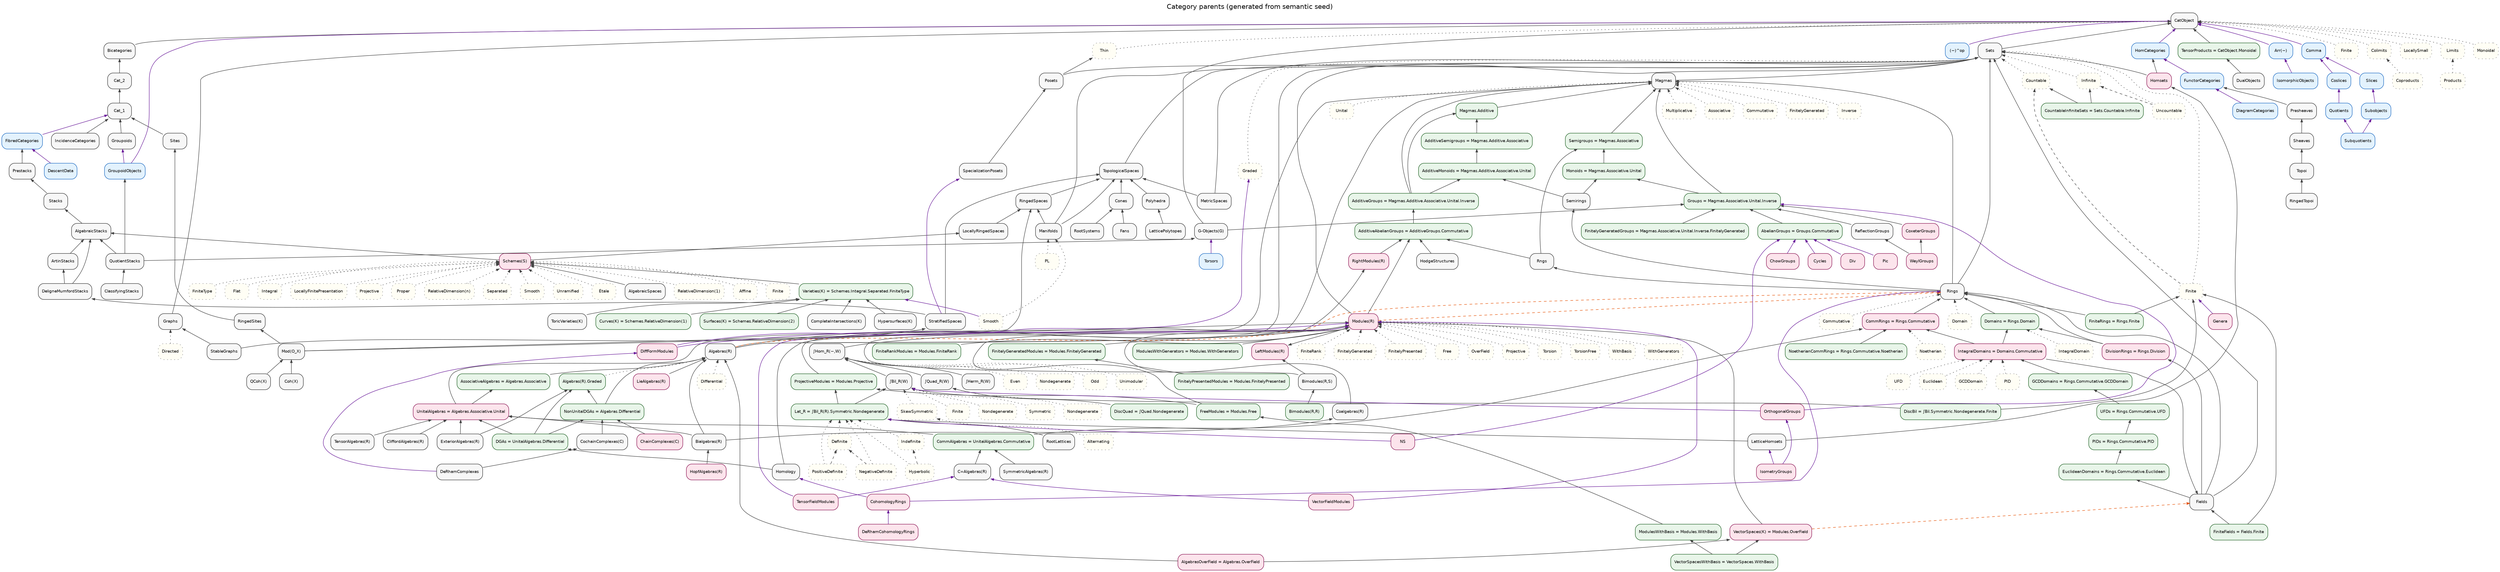
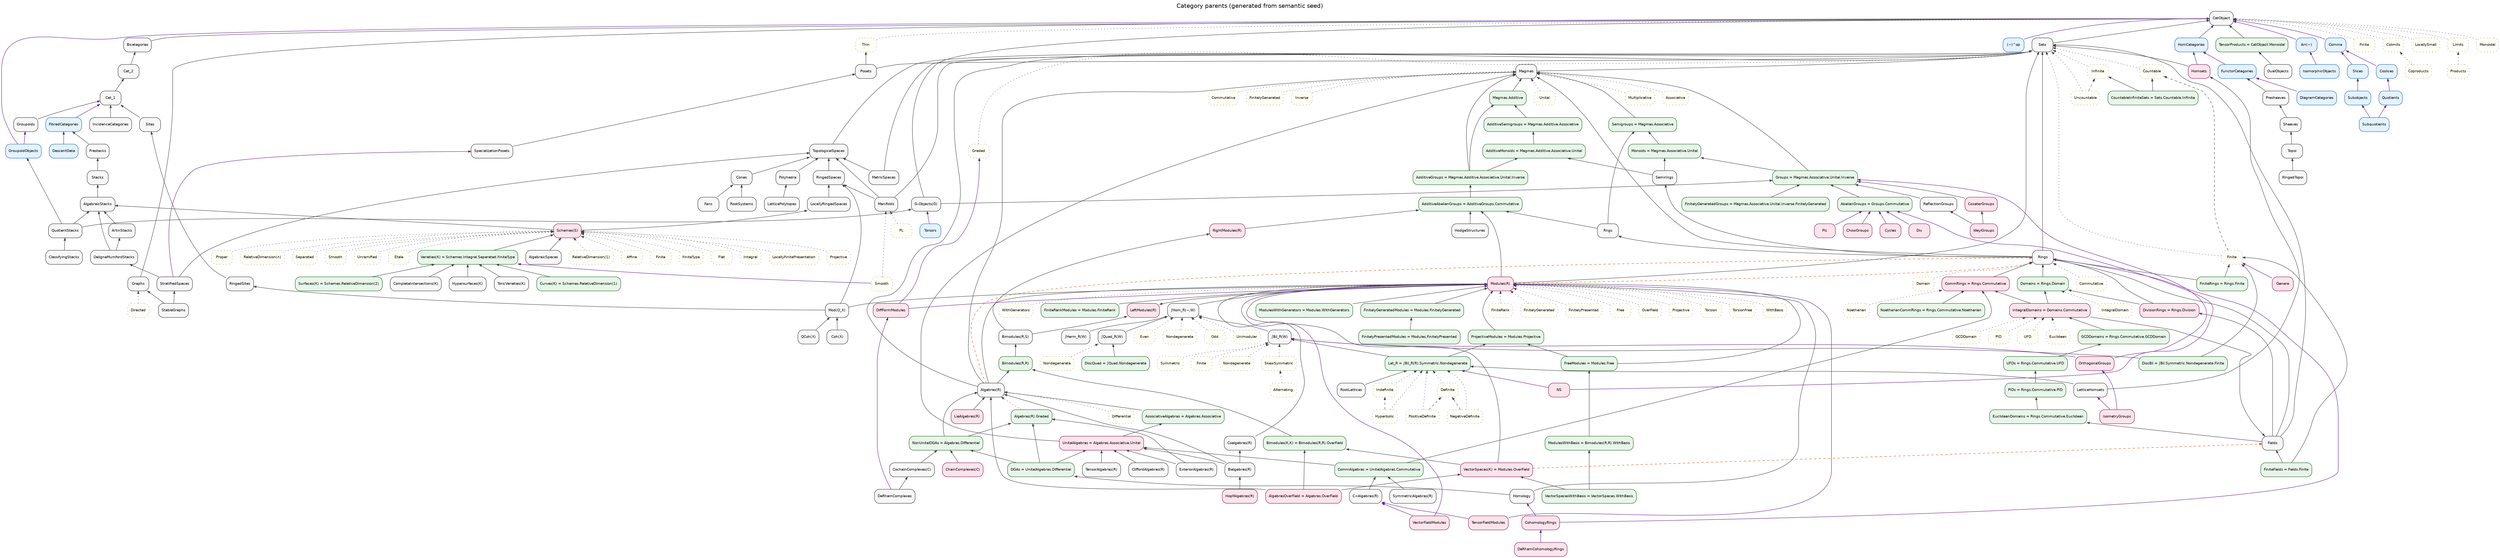
// GENERATED from semantic_seed/ — semantic presentation view.
// Authoritative: design/normalized_category_graph/semantic_seed/
// Factory/viz layout: category_parent_graph.dot (hand; see .hand.dot)

digraph CategoryParents {
  graph [
    rankdir=BT
    labelloc=t
    label="Category parents (generated from semantic seed)"
    fontsize=15
    fontname="Helvetica"
    nodesep=0.28
    ranksep=0.45
    splines=true
  ];
  node [
    shape=box
    style="rounded,filled"
    fontname="Helvetica"
    fontsize=9
    fillcolor="#f7f7f7"
    color="#333333"
  ];
  edge [color="#444444", arrowsize=0.65];

  // --- category_family ---
  AlgebraicSpaces [style="rounded,filled", fillcolor="#f7f7f7", color="#333333", id="cat.algebraicspaces", kind="category_family"];
  AlgebraicStacks [style="rounded,filled", fillcolor="#f7f7f7", color="#333333", id="cat.algebraicstacks", kind="category_family"];
  "Algebras(R)" [style="rounded,filled", fillcolor="#f7f7f7", color="#333333", id="cat.algebras_r", kind="category_family"];
  ArtinStacks [style="rounded,filled", fillcolor="#f7f7f7", color="#333333", id="cat.artinstacks", kind="category_family"];
  "Bialgebras(R)" [style="rounded,filled", fillcolor="#f7f7f7", color="#333333", id="cat.bialgebras_r", kind="category_family"];
  Bicategories [style="rounded,filled", fillcolor="#f7f7f7", color="#333333", id="cat.bicategories", kind="category_family"];
  "Bimodules(R,S)" [style="rounded,filled", fillcolor="#f7f7f7", color="#333333", id="cat.bimodules_r_s", kind="category_family"];
  CatObject [style="rounded,filled", fillcolor="#f7f7f7", color="#333333", id="cat.cat_object", kind="category_family"];
  Cat_1 [style="rounded,filled", fillcolor="#f7f7f7", color="#333333", id="cat.cat_1", kind="category_family"];
  Cat_2 [style="rounded,filled", fillcolor="#f7f7f7", color="#333333", id="cat.cat_2", kind="category_family"];
  "ChainComplexes(C)" [style="rounded,filled", fillcolor="#f7f7f7", color="#333333", id="cat.chaincomplexes", kind="category_family"];
  ClassifyingStacks [style="rounded,filled", fillcolor="#f7f7f7", color="#333333", id="cat.classifyingstacks", kind="category_family"];
  "CliffordAlgebras(R)" [style="rounded,filled", fillcolor="#f7f7f7", color="#333333", id="cat.cliffordalgebras", kind="category_family"];
  "Coalgebras(R)" [style="rounded,filled", fillcolor="#f7f7f7", color="#333333", id="cat.coalgebras_r", kind="category_family"];
  "CochainComplexes(C)" [style="rounded,filled", fillcolor="#f7f7f7", color="#333333", id="cat.cochaincomplexes", kind="category_family"];
  "Coh(X)" [style="rounded,filled", fillcolor="#f7f7f7", color="#333333", id="cat.coh", kind="category_family"];
  "CompleteIntersections(K)" [style="rounded,filled", fillcolor="#f7f7f7", color="#333333", id="cat.completeintersections", kind="category_family"];
  Cones [style="rounded,filled", fillcolor="#f7f7f7", color="#333333", id="cat.cones", kind="category_family"];
  CoxeterGroups [style="rounded,filled", fillcolor="#f7f7f7", color="#333333", id="cat.coxeter_groups", kind="category_family"];
  "C∞Algebras(R)" [style="rounded,filled", fillcolor="#f7f7f7", color="#333333", id="cat.cinftyalgebras", kind="category_family"];
  DeRhamComplexes [style="rounded,filled", fillcolor="#f7f7f7", color="#333333", id="cat.derhamcomplexes", kind="category_family"];
  DeligneMumfordStacks [style="rounded,filled", fillcolor="#f7f7f7", color="#333333", id="cat.delignemumfordstacks", kind="category_family"];
  DualObjects [style="rounded,filled", fillcolor="#f7f7f7", color="#333333", id="cat.dualobjects", kind="category_family"];
  "ExteriorAlgebras(R)" [style="rounded,filled", fillcolor="#f7f7f7", color="#333333", id="cat.exterioralgebras", kind="category_family"];
  Fans [style="rounded,filled", fillcolor="#f7f7f7", color="#333333", id="cat.fans", kind="category_family"];
  Fields [style="rounded,filled", fillcolor="#f7f7f7", color="#333333", id="cat.fields", kind="category_family"];
  "G-Objects(G)" [style="rounded,filled", fillcolor="#f7f7f7", color="#333333", id="cat.g_objects", kind="category_family"];
  Graphs [style="rounded,filled", fillcolor="#f7f7f7", color="#333333", id="cat.graphs", kind="category_family"];
  Groupoids [style="rounded,filled", fillcolor="#f7f7f7", color="#333333", id="cat.groupoids", kind="category_family"];
  HodgeStructures [style="rounded,filled", fillcolor="#f7f7f7", color="#333333", id="cat.hodgestructures", kind="category_family"];
  Homology [style="rounded,filled", fillcolor="#f7f7f7", color="#333333", id="cat.homology", kind="category_family"];
  Homsets [style="rounded,filled", fillcolor="#f7f7f7", color="#333333", id="cat.homsets", kind="category_family"];
  "HopfAlgebras(R)" [style="rounded,filled", fillcolor="#f7f7f7", color="#333333", id="cat.hopf_algebras_r", kind="category_family"];
  "Hypersurfaces(K)" [style="rounded,filled", fillcolor="#f7f7f7", color="#333333", id="cat.hypersurfaces", kind="category_family"];
  IncidenceCategories [style="rounded,filled", fillcolor="#f7f7f7", color="#333333", id="cat.incidencecategories", kind="category_family"];
  LatticeHomsets [style="rounded,filled", fillcolor="#f7f7f7", color="#333333", id="cat.latticehomsets", kind="category_family"];
  LatticePolytopes [style="rounded,filled", fillcolor="#f7f7f7", color="#333333", id="cat.latticepolytopes", kind="category_family"];
  "LieAlgebras(R)" [style="rounded,filled", fillcolor="#f7f7f7", color="#333333", id="cat.lie_algebras_r", kind="category_family"];
  LocallyRingedSpaces [style="rounded,filled", fillcolor="#f7f7f7", color="#333333", id="cat.locallyringedspaces", kind="category_family"];
  Magmas [style="rounded,filled", fillcolor="#f7f7f7", color="#333333", id="cat.magmas", kind="category_family"];
  Manifolds [style="rounded,filled", fillcolor="#f7f7f7", color="#333333", id="cat.manifolds", kind="category_family"];
  MetricSpaces [style="rounded,filled", fillcolor="#f7f7f7", color="#333333", id="cat.metricspaces", kind="category_family"];
  "Mod(O_X)" [style="rounded,filled", fillcolor="#f7f7f7", color="#333333", id="cat.mod", kind="category_family"];
  "Modules(R)" [style="rounded,filled", fillcolor="#f7f7f7", color="#333333", id="cat.modules_r", kind="category_family"];
  Polyhedra [style="rounded,filled", fillcolor="#f7f7f7", color="#333333", id="cat.polyhedra", kind="category_family"];
  Posets [style="rounded,filled", fillcolor="#f7f7f7", color="#333333", id="cat.posets", kind="category_family"];
  Presheaves [style="rounded,filled", fillcolor="#f7f7f7", color="#333333", id="cat.presheaves", kind="category_family"];
  Prestacks [style="rounded,filled", fillcolor="#f7f7f7", color="#333333", id="cat.prestacks", kind="category_family"];
  "QCoh(X)" [style="rounded,filled", fillcolor="#f7f7f7", color="#333333", id="cat.qcoh", kind="category_family"];
  QuotientStacks [style="rounded,filled", fillcolor="#f7f7f7", color="#333333", id="cat.quotientstacks", kind="category_family"];
  ReflectionGroups [style="rounded,filled", fillcolor="#f7f7f7", color="#333333", id="cat.reflectiongroups", kind="category_family"];
  RingedSites [style="rounded,filled", fillcolor="#f7f7f7", color="#333333", id="cat.ringedsites", kind="category_family"];
  RingedSpaces [style="rounded,filled", fillcolor="#f7f7f7", color="#333333", id="cat.ringedspaces", kind="category_family"];
  RingedTopoi [style="rounded,filled", fillcolor="#f7f7f7", color="#333333", id="cat.ringedtopoi", kind="category_family"];
  Rings [style="rounded,filled", fillcolor="#f7f7f7", color="#333333", id="cat.rings", kind="category_family"];
  Rngs [style="rounded,filled", fillcolor="#f7f7f7", color="#333333", id="cat.rngs", kind="category_family"];
  RootLattices [style="rounded,filled", fillcolor="#f7f7f7", color="#333333", id="cat.rootlattices", kind="category_family"];
  RootSystems [style="rounded,filled", fillcolor="#f7f7f7", color="#333333", id="cat.rootsystems", kind="category_family"];
  "Schemes(S)" [style="rounded,filled", fillcolor="#f7f7f7", color="#333333", id="cat.schemes_s", kind="category_family"];
  Semirings [style="rounded,filled", fillcolor="#f7f7f7", color="#333333", id="cat.semirings", kind="category_family"];
  Sets [style="rounded,filled", fillcolor="#f7f7f7", color="#333333", id="cat.sets", kind="category_family"];
  Sheaves [style="rounded,filled", fillcolor="#f7f7f7", color="#333333", id="cat.sheaves", kind="category_family"];
  Sites [style="rounded,filled", fillcolor="#f7f7f7", color="#333333", id="cat.sites", kind="category_family"];
  SpecializationPosets [style="rounded,filled", fillcolor="#f7f7f7", color="#333333", id="cat.specializationposets", kind="category_family"];
  StableGraphs [style="rounded,filled", fillcolor="#f7f7f7", color="#333333", id="cat.stablegraphs", kind="category_family"];
  Stacks [style="rounded,filled", fillcolor="#f7f7f7", color="#333333", id="cat.stacks", kind="category_family"];
  StratifiedSpaces [style="rounded,filled", fillcolor="#f7f7f7", color="#333333", id="cat.stratifiedspaces", kind="category_family"];
  "SymmetricAlgebras(R)" [style="rounded,filled", fillcolor="#f7f7f7", color="#333333", id="cat.symmetricalgebras", kind="category_family"];
  "TensorAlgebras(R)" [style="rounded,filled", fillcolor="#f7f7f7", color="#333333", id="cat.tensoralgebras", kind="category_family"];
  Topoi [style="rounded,filled", fillcolor="#f7f7f7", color="#333333", id="cat.topoi", kind="category_family"];
  TopologicalSpaces [style="rounded,filled", fillcolor="#f7f7f7", color="#333333", id="cat.topologicalspaces", kind="category_family"];
  "ToricVarieties(K)" [style="rounded,filled", fillcolor="#f7f7f7", color="#333333", id="cat.toricvarieties", kind="category_family"];
  WeylGroups [style="rounded,filled", fillcolor="#f7f7f7", color="#333333", id="cat.weyl_groups", kind="category_family"];
  "∫Bil_R(W)" [style="rounded,filled", fillcolor="#f7f7f7", color="#333333", id="cat.int_bil_r", kind="category_family"];
  "∫Herm_R(W)" [style="rounded,filled", fillcolor="#f7f7f7", color="#333333", id="cat.int_herm_r", kind="category_family"];
  "∫Hom_R(−,W)" [style="rounded,filled", fillcolor="#f7f7f7", color="#333333", id="cat.int_hom_r", kind="category_family"];
  "∫Quad_R(W)" [style="rounded,filled", fillcolor="#f7f7f7", color="#333333", id="cat.int_quad_r", kind="category_family"];

  // --- derived_category ---
  "AbelianGroups = Groups.Commutative" [style="rounded,filled", fillcolor="#e8f5e9", color="#1b5e20", id="cat.abelian_groups", kind="derived_category"];
  "AdditiveAbelianGroups = AdditiveGroups.Commutative" [style="rounded,filled", fillcolor="#e8f5e9", color="#1b5e20", id="cat.additive_abelian_groups", kind="derived_category"];
  "AdditiveGroups = Magmas.Additive.Associative.Unital.Inverse" [style="rounded,filled", fillcolor="#e8f5e9", color="#1b5e20", id="cat.additive_groups", kind="derived_category"];
  "AdditiveMonoids = Magmas.Additive.Associative.Unital" [style="rounded,filled", fillcolor="#e8f5e9", color="#1b5e20", id="cat.additive_monoids", kind="derived_category"];
  "AdditiveSemigroups = Magmas.Additive.Associative" [style="rounded,filled", fillcolor="#e8f5e9", color="#1b5e20", id="cat.additive_semigroups", kind="derived_category"];
  "Algebras(R).Graded" [style="rounded,filled", fillcolor="#e8f5e9", color="#1b5e20", id="cat.algebras_r.graded", kind="derived_category"];
  "AlgebrasOverField = Algebras.OverField" [style="rounded,filled", fillcolor="#e8f5e9", color="#1b5e20", id="cat.algebras_over_field", kind="derived_category"];
  "AssociativeAlgebras = Algebras.Associative" [style="rounded,filled", fillcolor="#e8f5e9", color="#1b5e20", id="cat.associativealgebras", kind="derived_category"];
+   "Bimodules(K,K) = Bimodules(R,R).OverField" [style="rounded,filled", fillcolor="#e8f5e9", color="#1b5e20", id="cat.bimodules_k_k", kind="derived_category"];
  "Bimodules(R,R)" [style="rounded,filled", fillcolor="#e8f5e9", color="#1b5e20", id="cat.bimodules_r_r", kind="derived_category"];
  "CommAlgebras = UnitalAlgebras.Commutative" [style="rounded,filled", fillcolor="#e8f5e9", color="#1b5e20", id="cat.commutative_algebras", kind="derived_category"];
  "CommRings = Rings.Commutative" [style="rounded,filled", fillcolor="#e8f5e9", color="#1b5e20", id="cat.commutative_rings", kind="derived_category"];
  "CountableInfiniteSets = Sets.Countable.Infinite" [style="rounded,filled", fillcolor="#e8f5e9", color="#1b5e20", id="cat.countableinfinitesets", kind="derived_category"];
  "Curves(K) = Schemes.RelativeDimension(1)" [style="rounded,filled", fillcolor="#e8f5e9", color="#1b5e20", id="cat.curves", kind="derived_category"];
  "DGAs = UnitalAlgebras.Differential" [style="rounded,filled", fillcolor="#e8f5e9", color="#1b5e20", id="cat.dgas", kind="derived_category"];
  "DiscBil = ∫Bil.Symmetric.Nondegenerate.Finite" [style="rounded,filled", fillcolor="#e8f5e9", color="#1b5e20", id="cat.discbil", kind="derived_category"];
  "DiscQuad = ∫Quad.Nondegenerate" [style="rounded,filled", fillcolor="#e8f5e9", color="#1b5e20", id="cat.discquad", kind="derived_category"];
  "DivisionRings = Rings.Division" [style="rounded,filled", fillcolor="#e8f5e9", color="#1b5e20", id="cat.division_rings", kind="derived_category"];
  "Domains = Rings.Domain" [style="rounded,filled", fillcolor="#e8f5e9", color="#1b5e20", id="cat.domains", kind="derived_category"];
  "EuclideanDomains = Rings.Commutative.Euclidean" [style="rounded,filled", fillcolor="#e8f5e9", color="#1b5e20", id="cat.euclidean_domains", kind="derived_category"];
  "FiniteFields = Fields.Finite" [style="rounded,filled", fillcolor="#e8f5e9", color="#1b5e20", id="cat.finite_fields", kind="derived_category"];
  "FiniteRankModules = Modules.FiniteRank" [style="rounded,filled", fillcolor="#e8f5e9", color="#1b5e20", id="cat.finiterankmodules", kind="derived_category"];
  "FiniteRings = Rings.Finite" [style="rounded,filled", fillcolor="#e8f5e9", color="#1b5e20", id="cat.finite_rings", kind="derived_category"];
  "FinitelyGeneratedGroups = Magmas.Associative.Unital.Inverse.FinitelyGenerated" [style="rounded,filled", fillcolor="#e8f5e9", color="#1b5e20", id="cat.finitelygeneratedgroups", kind="derived_category"];
  "FinitelyGeneratedModules = Modules.FinitelyGenerated" [style="rounded,filled", fillcolor="#e8f5e9", color="#1b5e20", id="cat.finitelygeneratedmodules", kind="derived_category"];
  "FinitelyPresentedModules = Modules.FinitelyPresented" [style="rounded,filled", fillcolor="#e8f5e9", color="#1b5e20", id="cat.finitelypresentedmodules", kind="derived_category"];
  "FreeModules = Modules.Free" [style="rounded,filled", fillcolor="#e8f5e9", color="#1b5e20", id="cat.freemodules", kind="derived_category"];
  "GCDDomains = Rings.Commutative.GCDDomain" [style="rounded,filled", fillcolor="#e8f5e9", color="#1b5e20", id="cat.gcd_domains", kind="derived_category"];
  "Groups = Magmas.Associative.Unital.Inverse" [style="rounded,filled", fillcolor="#e8f5e9", color="#1b5e20", id="cat.groups", kind="derived_category"];
  "IntegralDomains = Domains.Commutative" [style="rounded,filled", fillcolor="#e8f5e9", color="#1b5e20", id="cat.integral_domains", kind="derived_category"];
  "Lat_R = ∫Bil_R(R).Symmetric.Nondegenerate" [style="rounded,filled", fillcolor="#e8f5e9", color="#1b5e20", id="cat.lat_r", kind="derived_category"];
  "Magmas.Additive" [style="rounded,filled", fillcolor="#e8f5e9", color="#1b5e20", id="cat.additive_magmas", kind="derived_category"];
-   "ModulesWithBasis = Modules.WithBasis" [style="rounded,filled", fillcolor="#e8f5e9", color="#1b5e20", id="cat.modules_with_basis", kind="derived_category"];
+   "ModulesWithBasis = Bimodules(R,R).WithBasis" [style="rounded,filled", fillcolor="#e8f5e9", color="#1b5e20", id="cat.modules_with_basis", kind="derived_category"];
  "ModulesWithGenerators = Modules.WithGenerators" [style="rounded,filled", fillcolor="#e8f5e9", color="#1b5e20", id="cat.moduleswithgenerators", kind="derived_category"];
  "Monoids = Magmas.Associative.Unital" [style="rounded,filled", fillcolor="#e8f5e9", color="#1b5e20", id="cat.monoids", kind="derived_category"];
  "NoetherianCommRings = Rings.Commutative.Noetherian" [style="rounded,filled", fillcolor="#e8f5e9", color="#1b5e20", id="cat.noetheriancommrings", kind="derived_category"];
  "NonUnitalDGAs = Algebras.Differential" [style="rounded,filled", fillcolor="#e8f5e9", color="#1b5e20", id="cat.nonunitaldgas", kind="derived_category"];
  "PIDs = Rings.Commutative.PID" [style="rounded,filled", fillcolor="#e8f5e9", color="#1b5e20", id="cat.pids", kind="derived_category"];
  "ProjectiveModules = Modules.Projective" [style="rounded,filled", fillcolor="#e8f5e9", color="#1b5e20", id="cat.projectivemodules", kind="derived_category"];
  "RightModules(R)" [style="rounded,filled", fillcolor="#e8f5e9", color="#1b5e20", id="cat.right_modules_r", kind="derived_category"];
  "Semigroups = Magmas.Associative" [style="rounded,filled", fillcolor="#e8f5e9", color="#1b5e20", id="cat.semigroups", kind="derived_category"];
  "Surfaces(K) = Schemes.RelativeDimension(2)" [style="rounded,filled", fillcolor="#e8f5e9", color="#1b5e20", id="cat.surfaces", kind="derived_category"];
  "TensorProducts = CatObject.Monoidal" [style="rounded,filled", fillcolor="#e8f5e9", color="#1b5e20", id="cat.tensorproducts", kind="derived_category"];
  "UFDs = Rings.Commutative.UFD" [style="rounded,filled", fillcolor="#e8f5e9", color="#1b5e20", id="cat.ufds", kind="derived_category"];
  "UnitalAlgebras = Algebras.Associative.Unital" [style="rounded,filled", fillcolor="#e8f5e9", color="#1b5e20", id="cat.unital_algebras", kind="derived_category"];
  "Varieties(K) = Schemes.Integral.Separated.FiniteType" [style="rounded,filled", fillcolor="#e8f5e9", color="#1b5e20", id="cat.varieties", kind="derived_category"];
  "VectorSpaces(K) = Modules.OverField" [style="rounded,filled", fillcolor="#e8f5e9", color="#1b5e20", id="cat.vector_spaces_k", kind="derived_category"];
  "VectorSpacesWithBasis = VectorSpaces.WithBasis" [style="rounded,filled", fillcolor="#e8f5e9", color="#1b5e20", id="cat.vectorspaceswithbasis", kind="derived_category"];

  // --- category_constructor ---
  "(−)^op" [style="rounded,filled", fillcolor="#e3f2fd", color="#1565c0", id="ctor.op", kind="category_constructor"];
  "Arr(−)" [style="rounded,filled", fillcolor="#e3f2fd", color="#1565c0", id="ctor.arr", kind="category_constructor"];
  Comma [style="rounded,filled", fillcolor="#e3f2fd", color="#1565c0", id="ctor.comma", kind="category_constructor"];
  Coslices [style="rounded,filled", fillcolor="#e3f2fd", color="#1565c0", id="ctor.coslices", kind="category_constructor"];
  DescentData [style="rounded,filled", fillcolor="#e3f2fd", color="#1565c0", id="ctor.descentdata", kind="category_constructor"];
  DiagramCategories [style="rounded,filled", fillcolor="#e3f2fd", color="#1565c0", id="ctor.diagramcategories", kind="category_constructor"];
  FibredCategories [style="rounded,filled", fillcolor="#e3f2fd", color="#1565c0", id="ctor.fibredcategories", kind="category_constructor"];
  FunctorCategories [style="rounded,filled", fillcolor="#e3f2fd", color="#1565c0", id="ctor.functorcategories", kind="category_constructor"];
  GroupoidObjects [style="rounded,filled", fillcolor="#e3f2fd", color="#1565c0", id="ctor.groupoidobjects", kind="category_constructor"];
  HomCategories [style="rounded,filled", fillcolor="#e3f2fd", color="#1565c0", id="ctor.homcategories", kind="category_constructor"];
  IsomorphicObjects [style="rounded,filled", fillcolor="#e3f2fd", color="#1565c0", id="ctor.isomorphicobjects", kind="category_constructor"];
  Quotients [style="rounded,filled", fillcolor="#e3f2fd", color="#1565c0", id="ctor.quotients", kind="category_constructor"];
  Slices [style="rounded,filled", fillcolor="#e3f2fd", color="#1565c0", id="ctor.slices", kind="category_constructor"];
  Subobjects [style="rounded,filled", fillcolor="#e3f2fd", color="#1565c0", id="ctor.subobjects", kind="category_constructor"];
  Subquotients [style="rounded,filled", fillcolor="#e3f2fd", color="#1565c0", id="ctor.subquotients", kind="category_constructor"];
  Torsors [style="rounded,filled", fillcolor="#e3f2fd", color="#1565c0", id="ctor.torsors", kind="category_constructor"];

  // --- classifier_domain ---
  "CatObject.Colimits" [style="rounded,filled,dotted", fillcolor="#fffef5", color="#888888", id="clf.catobject_colimits", kind="classifier_domain", label="Colimits"];
  "CatObject.Coproducts" [style="rounded,filled,dotted", fillcolor="#fffef5", color="#888888", id="clf.catobject_coproducts", kind="classifier_domain", label="Coproducts"];
  "CatObject.Finite" [style="rounded,filled,dotted", fillcolor="#fffef5", color="#888888", id="clf.catobject_finite", kind="classifier_domain", label="Finite"];
  "CatObject.Limits" [style="rounded,filled,dotted", fillcolor="#fffef5", color="#888888", id="clf.catobject_limits", kind="classifier_domain", label="Limits"];
  "CatObject.LocallySmall" [style="rounded,filled,dotted", fillcolor="#fffef5", color="#888888", id="clf.catobject_locallysmall", kind="classifier_domain", label="LocallySmall"];
  "CatObject.Products" [style="rounded,filled,dotted", fillcolor="#fffef5", color="#888888", id="clf.catobject_products", kind="classifier_domain", label="Products"];
  "CatObject.Thin" [style="rounded,filled,dotted", fillcolor="#fffef5", color="#888888", id="clf.catobject_thin", kind="classifier_domain", label="Thin"];
  "Graphs.Directed" [style="rounded,filled,dotted", fillcolor="#fffef5", color="#888888", id="clf.graphs_directed", kind="classifier_domain", label="Directed"];
  "Lat.Definite" [style="rounded,filled,dotted", fillcolor="#fffef5", color="#888888", id="clf.lat_definite", kind="classifier_domain", label="Definite"];
  "Lat.Hyperbolic" [style="rounded,filled,dotted", fillcolor="#fffef5", color="#888888", id="clf.lat_hyperbolic", kind="classifier_domain", label="Hyperbolic"];
  "Lat.Indefinite" [style="rounded,filled,dotted", fillcolor="#fffef5", color="#888888", id="clf.lat_indefinite", kind="classifier_domain", label="Indefinite"];
  "Lat.NegativeDefinite" [style="rounded,filled,dotted", fillcolor="#fffef5", color="#888888", id="clf.lat_negativedefinite", kind="classifier_domain", label="NegativeDefinite"];
  "Lat.PositiveDefinite" [style="rounded,filled,dotted", fillcolor="#fffef5", color="#888888", id="clf.lat_positivedefinite", kind="classifier_domain", label="PositiveDefinite"];
  "Magmas.Multiplicative" [style="rounded,filled,dotted", fillcolor="#fffef5", color="#888888", id="clf.magmas_multiplicative", kind="classifier_domain", label="Multiplicative"];
  "Manifolds.PL" [style="rounded,filled,dotted", fillcolor="#fffef5", color="#888888", id="clf.manifolds_pl", kind="classifier_domain", label="PL"];
  "Manifolds.Smooth" [style="rounded,filled,dotted", fillcolor="#fffef5", color="#888888", id="clf.manifolds_smooth", kind="classifier_domain", label="Smooth"];
  "Modules.FiniteRank" [style="rounded,filled,dotted", fillcolor="#fffef5", color="#888888", id="clf.modules_finiterank", kind="classifier_domain", label="FiniteRank"];
  "Modules.FinitelyGenerated" [style="rounded,filled,dotted", fillcolor="#fffef5", color="#888888", id="clf.modules_finitelygenerated", kind="classifier_domain", label="FinitelyGenerated"];
  "Modules.FinitelyPresented" [style="rounded,filled,dotted", fillcolor="#fffef5", color="#888888", id="clf.modules_finitelypresented", kind="classifier_domain", label="FinitelyPresented"];
  "Modules.Free" [style="rounded,filled,dotted", fillcolor="#fffef5", color="#888888", id="clf.modules_free", kind="classifier_domain", label="Free"];
  "Modules.OverField" [style="rounded,filled,dotted", fillcolor="#fffef5", color="#888888", id="clf.modules.over_field.domain", kind="classifier_domain", label="OverField"];
  "Modules.Projective" [style="rounded,filled,dotted", fillcolor="#fffef5", color="#888888", id="clf.modules_projective", kind="classifier_domain", label="Projective"];
  "Modules.Torsion" [style="rounded,filled,dotted", fillcolor="#fffef5", color="#888888", id="clf.modules_torsion", kind="classifier_domain", label="Torsion"];
  "Modules.TorsionFree" [style="rounded,filled,dotted", fillcolor="#fffef5", color="#888888", id="clf.modules_torsionfree", kind="classifier_domain", label="TorsionFree"];
  "Modules.WithBasis" [style="rounded,filled,dotted", fillcolor="#fffef5", color="#888888", id="clf.modules.with_basis.domain", kind="classifier_domain", label="WithBasis"];
  "Modules.WithGenerators" [style="rounded,filled,dotted", fillcolor="#fffef5", color="#888888", id="clf.modules_withgenerators", kind="classifier_domain", label="WithGenerators"];
  "Rings.Commutative" [style="rounded,filled,dotted", fillcolor="#fffef5", color="#888888", id="clf.rings.commutative.domain", kind="classifier_domain", label="Commutative"];
  "Schemes(S).RelativeDimension(1)" [style="rounded,filled,dotted", fillcolor="#fffef5", color="#888888", id="clf.schemes_s.relativedimension.domain", kind="classifier_domain", label="RelativeDimension(1)"];
  "Schemes.Affine" [style="rounded,filled,dotted", fillcolor="#fffef5", color="#888888", id="clf.schemes_affine", kind="classifier_domain", label="Affine"];
  "Schemes.Finite" [style="rounded,filled,dotted", fillcolor="#fffef5", color="#888888", id="clf.schemes_finite", kind="classifier_domain", label="Finite"];
  "Schemes.FiniteType" [style="rounded,filled,dotted", fillcolor="#fffef5", color="#888888", id="clf.schemes_finitetype", kind="classifier_domain", label="FiniteType"];
  "Schemes.Flat" [style="rounded,filled,dotted", fillcolor="#fffef5", color="#888888", id="clf.schemes_flat", kind="classifier_domain", label="Flat"];
  "Schemes.Integral" [style="rounded,filled,dotted", fillcolor="#fffef5", color="#888888", id="clf.schemes_integral", kind="classifier_domain", label="Integral"];
  "Schemes.LocallyFinitePresentation" [style="rounded,filled,dotted", fillcolor="#fffef5", color="#888888", id="clf.schemes_locallyfinitepresentation", kind="classifier_domain", label="LocallyFinitePresentation"];
  "Schemes.Projective" [style="rounded,filled,dotted", fillcolor="#fffef5", color="#888888", id="clf.schemes_projective", kind="classifier_domain", label="Projective"];
  "Schemes.Proper" [style="rounded,filled,dotted", fillcolor="#fffef5", color="#888888", id="clf.schemes_proper", kind="classifier_domain", label="Proper"];
  "Schemes.RelativeDimension(n)" [style="rounded,filled,dotted", fillcolor="#fffef5", color="#888888", id="clf.schemes_relativedimension", kind="classifier_domain", label="RelativeDimension(n)"];
  "Schemes.Separated" [style="rounded,filled,dotted", fillcolor="#fffef5", color="#888888", id="clf.schemes_separated", kind="classifier_domain", label="Separated"];
  "Schemes.Smooth" [style="rounded,filled,dotted", fillcolor="#fffef5", color="#888888", id="clf.schemes_smooth", kind="classifier_domain", label="Smooth"];
  "Schemes.Unramified" [style="rounded,filled,dotted", fillcolor="#fffef5", color="#888888", id="clf.schemes_unramified", kind="classifier_domain", label="Unramified"];
  "Schemes.Étale" [style="rounded,filled,dotted", fillcolor="#fffef5", color="#888888", id="clf.schemes_etale", kind="classifier_domain", label="Étale"];
  "Sets.Countable" [style="rounded,filled,dotted", fillcolor="#fffef5", color="#888888", id="clf.sets_countable", kind="classifier_domain", label="Countable"];
  "Sets.Finite" [style="rounded,filled,dotted", fillcolor="#fffef5", color="#888888", id="clf.sets.finite.domain", kind="classifier_domain", label="Finite"];
  "Sets.Graded" [style="rounded,filled,dotted", fillcolor="#fffef5", color="#888888", id="clf.sets.graded.domain", kind="classifier_domain", label="Graded"];
  "Sets.Infinite" [style="rounded,filled,dotted", fillcolor="#fffef5", color="#888888", id="clf.sets_infinite", kind="classifier_domain", label="Infinite"];
  "Sets.Uncountable" [style="rounded,filled,dotted", fillcolor="#fffef5", color="#888888", id="clf.sets_uncountable", kind="classifier_domain", label="Uncountable"];
  "ax.Associative" [style="rounded,filled,dotted", fillcolor="#fffef5", color="#888888", id="clf.ax_associative", kind="classifier_domain", label="Associative"];
  "ax.Commutative" [style="rounded,filled,dotted", fillcolor="#fffef5", color="#888888", id="clf.ax_commutative", kind="classifier_domain", label="Commutative"];
  "ax.Differential" [style="rounded,filled,dotted", fillcolor="#fffef5", color="#888888", id="clf.ax_differential", kind="classifier_domain", label="Differential"];
  "ax.Domain" [style="rounded,filled,dotted", fillcolor="#fffef5", color="#888888", id="clf.ax_domain", kind="classifier_domain", label="Domain"];
  "ax.Euclidean" [style="rounded,filled,dotted", fillcolor="#fffef5", color="#888888", id="clf.ax_euclidean", kind="classifier_domain", label="Euclidean"];
  "ax.FinitelyGenerated" [style="rounded,filled,dotted", fillcolor="#fffef5", color="#888888", id="clf.ax_finitelygenerated", kind="classifier_domain", label="FinitelyGenerated"];
  "ax.GCDDomain" [style="rounded,filled,dotted", fillcolor="#fffef5", color="#888888", id="clf.ax_gcddomain", kind="classifier_domain", label="GCDDomain"];
  "ax.IntegralDomain" [style="rounded,filled,dotted", fillcolor="#fffef5", color="#888888", id="clf.ax_integraldomain", kind="classifier_domain", label="IntegralDomain"];
  "ax.Inverse" [style="rounded,filled,dotted", fillcolor="#fffef5", color="#888888", id="clf.ax_inverse", kind="classifier_domain", label="Inverse"];
  "ax.Monoidal" [style="rounded,filled,dotted", fillcolor="#fffef5", color="#888888", id="clf.ax_monoidal", kind="classifier_domain", label="Monoidal"];
  "ax.Noetherian" [style="rounded,filled,dotted", fillcolor="#fffef5", color="#888888", id="clf.ax_noetherian", kind="classifier_domain", label="Noetherian"];
  "ax.PID" [style="rounded,filled,dotted", fillcolor="#fffef5", color="#888888", id="clf.ax_pid", kind="classifier_domain", label="PID"];
  "ax.UFD" [style="rounded,filled,dotted", fillcolor="#fffef5", color="#888888", id="clf.ax_ufd", kind="classifier_domain", label="UFD"];
  "ax.Unital" [style="rounded,filled,dotted", fillcolor="#fffef5", color="#888888", id="clf.ax_unital", kind="classifier_domain", label="Unital"];
  "∫Bil.Alternating" [style="rounded,filled,dotted", fillcolor="#fffef5", color="#888888", id="clf.int_bil_alternating", kind="classifier_domain", label="Alternating"];
  "∫Bil.SkewSymmetric" [style="rounded,filled,dotted", fillcolor="#fffef5", color="#888888", id="clf.int_bil_skewsymmetric", kind="classifier_domain", label="SkewSymmetric"];
  "∫Bil.Symmetric" [style="rounded,filled,dotted", fillcolor="#fffef5", color="#888888", id="clf.int_bil_symmetric", kind="classifier_domain", label="Symmetric"];
  "∫Bil_R(W).Finite" [style="rounded,filled,dotted", fillcolor="#fffef5", color="#888888", id="clf.int_bil_r.finite.domain", kind="classifier_domain", label="Finite"];
  "∫Bil_R(W).Nondegenerate" [style="rounded,filled,dotted", fillcolor="#fffef5", color="#888888", id="clf.int_bil_r.nondegenerate.domain", kind="classifier_domain", label="Nondegenerate"];
  "∫Hom.Even" [style="rounded,filled,dotted", fillcolor="#fffef5", color="#888888", id="clf.int_hom_even", kind="classifier_domain", label="Even"];
  "∫Hom.Nondegenerate" [style="rounded,filled,dotted", fillcolor="#fffef5", color="#888888", id="clf.int_hom_nondegenerate", kind="classifier_domain", label="Nondegenerate"];
  "∫Hom.Odd" [style="rounded,filled,dotted", fillcolor="#fffef5", color="#888888", id="clf.int_hom_odd", kind="classifier_domain", label="Odd"];
  "∫Hom.Unimodular" [style="rounded,filled,dotted", fillcolor="#fffef5", color="#888888", id="clf.int_hom_unimodular", kind="classifier_domain", label="Unimodular"];
  "∫Quad_R(W).Nondegenerate" [style="rounded,filled,dotted", fillcolor="#fffef5", color="#888888", id="clf.int_quad_r.nondegenerate.domain", kind="classifier_domain", label="Nondegenerate"];

  // --- alias ---
  "AlgebrasOverField = Algebras.OverField" [style="rounded,filled", fillcolor="#fce4ec", color="#880e4f", id="cat.associativeunitalalgebras_k", kind="alias"];
  "ChainComplexes(C)" [style="rounded,filled", fillcolor="#fce4ec", color="#880e4f", id="cat.chaincomplexes_c", kind="alias"];
  ChowGroups [style="rounded,filled", fillcolor="#fce4ec", color="#880e4f", id="val.chowgroups", kind="alias"];
  CohomologyRings [style="rounded,filled", fillcolor="#fce4ec", color="#880e4f", id="val.cohomologyrings", kind="alias"];
  "CommRings = Rings.Commutative" [style="rounded,filled", fillcolor="#fce4ec", color="#880e4f", id="cat.commutativerings", kind="alias"];
  CoxeterGroups [style="rounded,filled", fillcolor="#fce4ec", color="#880e4f", id="cat.coxetergroups", kind="alias"];
  Cycles [style="rounded,filled", fillcolor="#fce4ec", color="#880e4f", id="val.cycles", kind="alias"];
  DeRhamCohomologyRings [style="rounded,filled", fillcolor="#fce4ec", color="#880e4f", id="val.derhamcohomologyrings", kind="alias"];
  DiffFormModules [style="rounded,filled", fillcolor="#fce4ec", color="#880e4f", id="val.diffformmodules", kind="alias"];
  Div [style="rounded,filled", fillcolor="#fce4ec", color="#880e4f", id="val.div", kind="alias"];
  "DivisionRings = Rings.Division" [style="rounded,filled", fillcolor="#fce4ec", color="#880e4f", id="cat.divisionrings", kind="alias"];
  Genera [style="rounded,filled", fillcolor="#fce4ec", color="#880e4f", id="val.genera", kind="alias"];
  Homsets [style="rounded,filled", fillcolor="#fce4ec", color="#880e4f", id="cat.homsets_c", kind="alias"];
  "HopfAlgebras(R)" [style="rounded,filled", fillcolor="#fce4ec", color="#880e4f", id="cat.hopfalgebras_r", kind="alias"];
  "IntegralDomains = Domains.Commutative" [style="rounded,filled", fillcolor="#fce4ec", color="#880e4f", id="cat.integraldomains", kind="alias"];
  IsometryGroups [style="rounded,filled", fillcolor="#fce4ec", color="#880e4f", id="val.isometrygroups", kind="alias"];
  "LeftModules(R)" [style="rounded,filled", fillcolor="#fce4ec", color="#880e4f", id="cat.left_modules_r", kind="alias"];
  "LieAlgebras(R)" [style="rounded,filled", fillcolor="#fce4ec", color="#880e4f", id="cat.liealgebras_r", kind="alias"];
  "Modules(R)" [style="rounded,filled", fillcolor="#fce4ec", color="#880e4f", id="cat.modules_a", kind="alias"];
  NS [style="rounded,filled", fillcolor="#fce4ec", color="#880e4f", id="val.ns", kind="alias"];
  OrthogonalGroups [style="rounded,filled", fillcolor="#fce4ec", color="#880e4f", id="val.orthogonal_groups", kind="alias"];
  Pic [style="rounded,filled", fillcolor="#fce4ec", color="#880e4f", id="val.pic", kind="alias"];
  "RightModules(R)" [style="rounded,filled", fillcolor="#fce4ec", color="#880e4f", id="cat.modules_rop", kind="alias"];
  "Schemes(S)" [style="rounded,filled", fillcolor="#fce4ec", color="#880e4f", id="cat.schemes_k", kind="alias"];
  TensorFieldModules [style="rounded,filled", fillcolor="#fce4ec", color="#880e4f", id="val.tensorfieldmodules", kind="alias"];
  "UnitalAlgebras = Algebras.Associative.Unital" [style="rounded,filled", fillcolor="#fce4ec", color="#880e4f", id="cat.associativeunitalalgebras_r", kind="alias"];
  VectorFieldModules [style="rounded,filled", fillcolor="#fce4ec", color="#880e4f", id="val.vectorfieldmodules", kind="alias"];
  "VectorSpaces(K) = Modules.OverField" [style="rounded,filled", fillcolor="#fce4ec", color="#880e4f", id="cat.modules_k", kind="alias"];
  WeylGroups [style="rounded,filled", fillcolor="#fce4ec", color="#880e4f", id="cat.weylgroups", kind="alias"];

  // --- preferred arrows ---
  "LeftModules(R)" -> "Modules(R)" [dir=both, kind="equivalence", id="arr.alias.left_modules"];
  "Algebras(R).Graded" -> "Algebras(R)" [style=dotted, kind="classifier_leg", id="arr.clf.algebras_r.graded"];
  "ax.Associative" -> Magmas [style=dotted, kind="classifier_leg", id="arr.clf.ax_associative"];
  "ax.Commutative" -> Magmas [style=dotted, kind="classifier_leg", id="arr.clf.ax_commutative"];
  "ax.Differential" -> "Algebras(R)" [style=dotted, kind="classifier_leg", id="arr.clf.ax_differential"];
  "ax.Domain" -> Rings [style=dotted, kind="classifier_leg", id="arr.clf.ax_domain"];
  "ax.Euclidean" -> "IntegralDomains = Domains.Commutative" [style=dotted, kind="classifier_leg", id="arr.clf.ax_euclidean"];
  "ax.FinitelyGenerated" -> Magmas [style=dotted, kind="classifier_leg", id="arr.clf.ax_finitelygenerated"];
  "ax.GCDDomain" -> "IntegralDomains = Domains.Commutative" [style=dotted, kind="classifier_leg", id="arr.clf.ax_gcddomain"];
  "ax.IntegralDomain" -> "Domains = Rings.Domain" [style=dotted, kind="classifier_leg", id="arr.clf.ax_integraldomain"];
  "ax.Inverse" -> Magmas [style=dotted, kind="classifier_leg", id="arr.clf.ax_inverse"];
  "ax.Monoidal" -> CatObject [style=dotted, kind="classifier_leg", id="arr.clf.ax_monoidal"];
  "ax.Noetherian" -> "CommRings = Rings.Commutative" [style=dotted, kind="classifier_leg", id="arr.clf.ax_noetherian"];
  "ax.PID" -> "IntegralDomains = Domains.Commutative" [style=dotted, kind="classifier_leg", id="arr.clf.ax_pid"];
  "ax.UFD" -> "IntegralDomains = Domains.Commutative" [style=dotted, kind="classifier_leg", id="arr.clf.ax_ufd"];
  "ax.Unital" -> Magmas [style=dotted, kind="classifier_leg", id="arr.clf.ax_unital"];
  "CatObject.Colimits" -> CatObject [style=dotted, kind="classifier_leg", id="arr.clf.catobject_colimits"];
  "CatObject.Coproducts" -> "CatObject.Colimits" [style=dotted, kind="classifier_leg", id="arr.clf.catobject_coproducts"];
  "CatObject.Finite" -> CatObject [style=dotted, kind="classifier_leg", id="arr.clf.catobject_finite"];
  "CatObject.Limits" -> CatObject [style=dotted, kind="classifier_leg", id="arr.clf.catobject_limits"];
  "CatObject.LocallySmall" -> CatObject [style=dotted, kind="classifier_leg", id="arr.clf.catobject_locallysmall"];
  "CatObject.Products" -> "CatObject.Limits" [style=dotted, kind="classifier_leg", id="arr.clf.catobject_products"];
  "CatObject.Thin" -> CatObject [style=dotted, kind="classifier_leg", id="arr.clf.catobject_thin"];
  "Graphs.Directed" -> Graphs [style=dotted, kind="classifier_leg", id="arr.clf.graphs_directed"];
  "∫Bil.Alternating" -> "∫Bil.SkewSymmetric" [style=dotted, kind="classifier_leg", id="arr.clf.int_bil_alternating"];
  "∫Bil_R(W).Finite" -> "∫Bil_R(W)" [style=dotted, kind="classifier_leg", id="arr.clf.int_bil_r_finite"];
  "∫Bil_R(W).Nondegenerate" -> "∫Bil_R(W)" [style=dotted, kind="classifier_leg", id="arr.clf.int_bil_r_nondegenerate"];
  "∫Bil.SkewSymmetric" -> "∫Bil_R(W)" [style=dotted, kind="classifier_leg", id="arr.clf.int_bil_skewsymmetric"];
  "∫Bil.Symmetric" -> "∫Bil_R(W)" [style=dotted, kind="classifier_leg", id="arr.clf.int_bil_symmetric"];
  "∫Hom.Even" -> "∫Hom_R(−,W)" [style=dotted, kind="classifier_leg", id="arr.clf.int_hom_even"];
  "∫Hom.Nondegenerate" -> "∫Hom_R(−,W)" [style=dotted, kind="classifier_leg", id="arr.clf.int_hom_nondegenerate"];
  "∫Hom.Odd" -> "∫Hom_R(−,W)" [style=dotted, kind="classifier_leg", id="arr.clf.int_hom_odd"];
  "∫Hom.Unimodular" -> "∫Hom_R(−,W)" [style=dotted, kind="classifier_leg", id="arr.clf.int_hom_unimodular"];
  "∫Quad_R(W).Nondegenerate" -> "∫Quad_R(W)" [style=dotted, kind="classifier_leg", id="arr.clf.int_quad_r_nondegenerate"];
  "Lat.Definite" -> "Lat_R = ∫Bil_R(R).Symmetric.Nondegenerate" [style=dotted, kind="classifier_leg", id="arr.clf.lat_definite"];
  "Lat.Hyperbolic" -> "Lat_R = ∫Bil_R(R).Symmetric.Nondegenerate" [style=dotted, kind="classifier_leg", id="arr.clf.lat_hyperbolic"];
  "Lat.Indefinite" -> "Lat_R = ∫Bil_R(R).Symmetric.Nondegenerate" [style=dotted, kind="classifier_leg", id="arr.clf.lat_indefinite"];
  "Lat.NegativeDefinite" -> "Lat_R = ∫Bil_R(R).Symmetric.Nondegenerate" [style=dotted, kind="classifier_leg", id="arr.clf.lat_negativedefinite"];
  "Lat.PositiveDefinite" -> "Lat_R = ∫Bil_R(R).Symmetric.Nondegenerate" [style=dotted, kind="classifier_leg", id="arr.clf.lat_positivedefinite"];
  "Magmas.Multiplicative" -> Magmas [style=dotted, kind="classifier_leg", id="arr.clf.magmas_multiplicative"];
  "Manifolds.PL" -> Manifolds [style=dotted, kind="classifier_leg", id="arr.clf.manifolds_pl"];
  "Manifolds.Smooth" -> Manifolds [style=dotted, kind="classifier_leg", id="arr.clf.manifolds_smooth"];
  "Modules.OverField" -> "Modules(R)" [style=dotted, kind="classifier_leg", id="arr.clf.modules.over_field"];
  "Modules.WithBasis" -> "Modules(R)" [style=dotted, kind="classifier_leg", id="arr.clf.modules.with_basis"];
  "Modules.FinitelyGenerated" -> "Modules(R)" [style=dotted, kind="classifier_leg", id="arr.clf.modules_finitelygenerated"];
  "Modules.FinitelyPresented" -> "Modules(R)" [style=dotted, kind="classifier_leg", id="arr.clf.modules_finitelypresented"];
  "Modules.FiniteRank" -> "Modules(R)" [style=dotted, kind="classifier_leg", id="arr.clf.modules_finiterank"];
  "Modules.Free" -> "Modules(R)" [style=dotted, kind="classifier_leg", id="arr.clf.modules_free"];
  "Modules.Projective" -> "Modules(R)" [style=dotted, kind="classifier_leg", id="arr.clf.modules_projective"];
  "Modules.Torsion" -> "Modules(R)" [style=dotted, kind="classifier_leg", id="arr.clf.modules_torsion"];
  "Modules.TorsionFree" -> "Modules(R)" [style=dotted, kind="classifier_leg", id="arr.clf.modules_torsionfree"];
  "Modules.WithGenerators" -> "Modules(R)" [style=dotted, kind="classifier_leg", id="arr.clf.modules_withgenerators"];
  "Rings.Commutative" -> Rings [style=dotted, kind="classifier_leg", id="arr.clf.rings_commutative"];
  "Schemes.Affine" -> "Schemes(S)" [style=dotted, kind="classifier_leg", id="arr.clf.schemes_affine"];
  "Schemes.Étale" -> "Schemes(S)" [style=dotted, kind="classifier_leg", id="arr.clf.schemes_etale"];
  "Schemes.Finite" -> "Schemes(S)" [style=dotted, kind="classifier_leg", id="arr.clf.schemes_finite"];
  "Schemes.FiniteType" -> "Schemes(S)" [style=dotted, kind="classifier_leg", id="arr.clf.schemes_finitetype"];
  "Schemes.Flat" -> "Schemes(S)" [style=dotted, kind="classifier_leg", id="arr.clf.schemes_flat"];
  "Schemes.Integral" -> "Schemes(S)" [style=dotted, kind="classifier_leg", id="arr.clf.schemes_integral"];
  "Schemes.LocallyFinitePresentation" -> "Schemes(S)" [style=dotted, kind="classifier_leg", id="arr.clf.schemes_locallyfinitepresentation"];
  "Schemes.Projective" -> "Schemes(S)" [style=dotted, kind="classifier_leg", id="arr.clf.schemes_projective"];
  "Schemes.Proper" -> "Schemes(S)" [style=dotted, kind="classifier_leg", id="arr.clf.schemes_proper"];
  "Schemes.RelativeDimension(n)" -> "Schemes(S)" [style=dotted, kind="classifier_leg", id="arr.clf.schemes_relativedimension"];
  "Schemes(S).RelativeDimension(1)" -> "Schemes(S)" [style=dotted, kind="classifier_leg", id="arr.clf.schemes_s_relativedimension"];
  "Schemes.Separated" -> "Schemes(S)" [style=dotted, kind="classifier_leg", id="arr.clf.schemes_separated"];
  "Schemes.Smooth" -> "Schemes(S)" [style=dotted, kind="classifier_leg", id="arr.clf.schemes_smooth"];
  "Schemes.Unramified" -> "Schemes(S)" [style=dotted, kind="classifier_leg", id="arr.clf.schemes_unramified"];
  "Sets.Finite" -> Sets [style=dotted, kind="classifier_leg", id="arr.clf.sets.finite"];
  "Sets.Graded" -> Sets [style=dotted, kind="classifier_leg", id="arr.clf.sets.graded"];
  "Sets.Countable" -> Sets [style=dotted, kind="classifier_leg", id="arr.clf.sets_countable"];
  "Sets.Infinite" -> Sets [style=dotted, kind="classifier_leg", id="arr.clf.sets_infinite"];
  "Sets.Uncountable" -> Sets [style=dotted, kind="classifier_leg", id="arr.clf.sets_uncountable"];
  "AbelianGroups = Groups.Commutative" -> "Groups = Magmas.Associative.Unital.Inverse" [kind="full_inclusion", id="arr.dot.abeliangroups__groups"];
  "AdditiveAbelianGroups = AdditiveGroups.Commutative" -> "AdditiveGroups = Magmas.Additive.Associative.Unital.Inverse" [kind="full_inclusion", id="arr.dot.additiveabeliangroups__additivegroups"];
  "AdditiveGroups = Magmas.Additive.Associative.Unital.Inverse" -> "AdditiveMonoids = Magmas.Additive.Associative.Unital" [kind="full_inclusion", id="arr.dot.additivegroups__additivemonoids"];
  "AdditiveMonoids = Magmas.Additive.Associative.Unital" -> "AdditiveSemigroups = Magmas.Additive.Associative" [kind="full_inclusion", id="arr.dot.additivemonoids__additivesemigroups"];
  "AdditiveSemigroups = Magmas.Additive.Associative" -> "Magmas.Additive" [kind="full_inclusion", id="arr.dot.additivesemigroups__magmas_additive"];
  AlgebraicSpaces -> "Schemes(S)" [kind="forgetful", id="arr.dot.algebraicspaces__schemes"];
  AlgebraicStacks -> Stacks [kind="forgetful", id="arr.dot.algebraicstacks__stacks"];
  "Algebras(R)" -> Magmas [kind="forgetful", id="arr.dot.algebras__magmas"];
  "AlgebrasOverField = Algebras.OverField" -> "Algebras(R)" [kind="full_inclusion", id="arr.dot.algebrasoverfield__algebras"];
  "AlgebrasOverField = Algebras.OverField" -> "VectorSpaces(K) = Modules.OverField" [kind="full_inclusion", id="arr.dot.algebrasoverfield__vectorspaces"];
  "Arr(−)" -> CatObject [color="#6a1b9a", kind="construction", id="arr.dot.arr__catobject"];
  ArtinStacks -> AlgebraicStacks [kind="forgetful", id="arr.dot.artinstacks__algebraicstacks"];
  "AssociativeAlgebras = Algebras.Associative" -> "Algebras(R)" [kind="full_inclusion", id="arr.dot.associativealgebras__algebras"];
  "Bialgebras(R)" -> "Coalgebras(R)" [kind="forgetful", id="arr.dot.bialgebras__coalgebras"];
  "Bialgebras(R)" -> "UnitalAlgebras = Algebras.Associative.Unital" [kind="forgetful", id="arr.dot.bialgebras__unitalalgebras"];
  Bicategories -> CatObject [kind="forgetful", id="arr.dot.bicategories__catobject"];
  "Bimodules(R,S)" -> "LeftModules(R)" [kind="forgetful", id="arr.dot.bimodules__leftmodules"];
  "Bimodules(R,S)" -> "RightModules(R)" [kind="forgetful", id="arr.dot.bimodules__rightmodules"];
  Cat_1 -> Cat_2 [kind="forgetful", id="arr.dot.cat_1__cat_2"];
  Cat_2 -> Bicategories [kind="forgetful", id="arr.dot.cat_2__bicategories"];
  "ChainComplexes(C)" -> "NonUnitalDGAs = Algebras.Differential" [kind="forgetful", id="arr.dot.chaincomplexes__nonunitaldgas"];
  ChowGroups -> "AbelianGroups = Groups.Commutative" [color="#6a1b9a", kind="construction", id="arr.dot.chowgroups__abeliangroups"];
  "C∞Algebras(R)" -> "CommAlgebras = UnitalAlgebras.Commutative" [kind="forgetful", id="arr.dot.cinftyalgebras__commalgebras"];
  ClassifyingStacks -> QuotientStacks [kind="forgetful", id="arr.dot.classifyingstacks__quotientstacks"];
  "CliffordAlgebras(R)" -> "UnitalAlgebras = Algebras.Associative.Unital" [kind="forgetful", id="arr.dot.cliffordalgebras__unitalalgebras"];
  "CochainComplexes(C)" -> "NonUnitalDGAs = Algebras.Differential" [kind="forgetful", id="arr.dot.cochaincomplexes__nonunitaldgas"];
  "Coh(X)" -> "Mod(O_X)" [kind="forgetful", id="arr.dot.coh__mod"];
  CohomologyRings -> Homology [color="#6a1b9a", kind="construction", id="arr.dot.cohomologyrings__homology"];
  CohomologyRings -> Rings [color="#6a1b9a", kind="construction", id="arr.dot.cohomologyrings__rings"];
  Comma -> CatObject [color="#6a1b9a", kind="construction", id="arr.dot.comma__catobject"];
  "CommAlgebras = UnitalAlgebras.Commutative" -> "CommRings = Rings.Commutative" [kind="full_inclusion", id="arr.dot.commalgebras__commrings"];
  "CommAlgebras = UnitalAlgebras.Commutative" -> "UnitalAlgebras = Algebras.Associative.Unital" [kind="full_inclusion", id="arr.dot.commalgebras__unitalalgebras"];
  "CompleteIntersections(K)" -> "Varieties(K) = Schemes.Integral.Separated.FiniteType" [kind="forgetful", id="arr.dot.completeintersections__varieties"];
  Cones -> TopologicalSpaces [kind="forgetful", id="arr.dot.cones__topologicalspaces"];
  Coslices -> Comma [color="#6a1b9a", kind="construction", id="arr.dot.coslices__comma"];
  "CountableInfiniteSets = Sets.Countable.Infinite" -> "Sets.Countable" [kind="pullback_projection", id="arr.dot.countableinfinitesets__sets_countable"];
  "CountableInfiniteSets = Sets.Countable.Infinite" -> "Sets.Infinite" [kind="pullback_projection", id="arr.dot.countableinfinitesets__sets_infinite"];
  CoxeterGroups -> "Groups = Magmas.Associative.Unital.Inverse" [kind="forgetful", id="arr.dot.coxetergroups__groups"];
  "Curves(K) = Schemes.RelativeDimension(1)" -> "Varieties(K) = Schemes.Integral.Separated.FiniteType" [kind="full_inclusion", id="arr.dot.curves__varieties"];
  Cycles -> "AbelianGroups = Groups.Commutative" [color="#6a1b9a", kind="construction", id="arr.dot.cycles__abeliangroups"];
  DeligneMumfordStacks -> AlgebraicStacks [kind="forgetful", id="arr.dot.delignemumfordstacks__algebraicstacks"];
  DeligneMumfordStacks -> ArtinStacks [kind="forgetful", id="arr.dot.delignemumfordstacks__artinstacks"];
  DeRhamCohomologyRings -> CohomologyRings [color="#6a1b9a", kind="construction", id="arr.dot.derhamcohomologyrings__cohomologyrings"];
  DeRhamComplexes -> "CochainComplexes(C)" [kind="forgetful", id="arr.dot.derhamcomplexes__cochaincomplexes"];
  DeRhamComplexes -> DiffFormModules [color="#6a1b9a", kind="construction", id="arr.dot.derhamcomplexes__diffformmodules"];
  DescentData -> FibredCategories [color="#6a1b9a", kind="construction", id="arr.dot.descentdata__fibredcategories"];
  "DGAs = UnitalAlgebras.Differential" -> "Algebras(R).Graded" [kind="pullback_projection", id="arr.dot.dgas__algebras_graded"];
  "DGAs = UnitalAlgebras.Differential" -> "NonUnitalDGAs = Algebras.Differential" [kind="full_inclusion", id="arr.dot.dgas__nonunitaldgas"];
  "DGAs = UnitalAlgebras.Differential" -> "UnitalAlgebras = Algebras.Associative.Unital" [kind="full_inclusion", id="arr.dot.dgas__unitalalgebras"];
  DiagramCategories -> FunctorCategories [color="#6a1b9a", kind="construction", id="arr.dot.diagramcategories__functorcategories"];
  DiffFormModules -> "Modules(R)" [color="#6a1b9a", kind="construction", id="arr.dot.diffformmodules__modules"];
  DiffFormModules -> "Sets.Graded" [color="#6a1b9a", kind="construction", id="arr.dot.diffformmodules__sets_graded"];
  "DiscBil = ∫Bil.Symmetric.Nondegenerate.Finite" -> "∫Bil_R(W)" [kind="full_inclusion", id="arr.dot.discbil__int_bil_r"];
  "DiscBil = ∫Bil.Symmetric.Nondegenerate.Finite" -> "Sets.Finite" [kind="pullback_projection", id="arr.dot.discbil__sets_finite"];
  "DiscQuad = ∫Quad.Nondegenerate" -> "∫Quad_R(W)" [kind="full_inclusion", id="arr.dot.discquad__int_quad_r"];
  Div -> "AbelianGroups = Groups.Commutative" [color="#6a1b9a", kind="construction", id="arr.dot.div__abeliangroups"];
  "DivisionRings = Rings.Division" -> "Domains = Rings.Domain" [kind="full_inclusion", id="arr.dot.divisionrings__domains"];
  "DivisionRings = Rings.Division" -> Rings [kind="full_inclusion", id="arr.dot.divisionrings__rings"];
  DualObjects -> "TensorProducts = CatObject.Monoidal" [kind="forgetful", id="arr.dot.dualobjects__tensorproducts"];
  "EuclideanDomains = Rings.Commutative.Euclidean" -> "PIDs = Rings.Commutative.PID" [kind="full_inclusion", id="arr.dot.euclideandomains__pids"];
  "ExteriorAlgebras(R)" -> "Algebras(R).Graded" [kind="pullback_projection", id="arr.dot.exterioralgebras__algebras_graded"];
  "ExteriorAlgebras(R)" -> "UnitalAlgebras = Algebras.Associative.Unital" [kind="forgetful", id="arr.dot.exterioralgebras__unitalalgebras"];
  Fans -> Cones [kind="forgetful", id="arr.dot.fans__cones"];
  FibredCategories -> Cat_1 [color="#6a1b9a", kind="construction", id="arr.dot.fibredcategories__cat_1"];
  Fields -> "DivisionRings = Rings.Division" [kind="forgetful", id="arr.dot.fields__divisionrings"];
  Fields -> "EuclideanDomains = Rings.Commutative.Euclidean" [kind="forgetful", id="arr.dot.fields__euclideandomains"];
  "FinitelyGeneratedGroups = Magmas.Associative.Unital.Inverse.FinitelyGenerated" -> "Groups = Magmas.Associative.Unital.Inverse" [kind="full_inclusion", id="arr.dot.finitelygeneratedgroups__groups"];
  "FinitelyGeneratedModules = Modules.FinitelyGenerated" -> "Modules(R)" [kind="full_inclusion", id="arr.dot.finitelygeneratedmodules__modules"];
  "FinitelyPresentedModules = Modules.FinitelyPresented" -> "FinitelyGeneratedModules = Modules.FinitelyGenerated" [kind="full_inclusion", id="arr.dot.finitelypresentedmodules__finitelygeneratedmodules"];
  "FiniteRankModules = Modules.FiniteRank" -> "Modules(R)" [kind="full_inclusion", id="arr.dot.finiterankmodules__modules"];
  "FreeModules = Modules.Free" -> "Modules(R)" [kind="full_inclusion", id="arr.dot.freemodules__modules"];
  "FreeModules = Modules.Free" -> "ProjectiveModules = Modules.Projective" [kind="full_inclusion", id="arr.dot.freemodules__projectivemodules"];
  FunctorCategories -> HomCategories [color="#6a1b9a", kind="construction", id="arr.dot.functorcategories__homcategories"];
  "G-Objects(G)" -> CatObject [kind="forgetful", id="arr.dot.g_objects__catobject"];
  "G-Objects(G)" -> "Groups = Magmas.Associative.Unital.Inverse" [kind="forgetful", id="arr.dot.g_objects__groups"];
  "GCDDomains = Rings.Commutative.GCDDomain" -> "IntegralDomains = Domains.Commutative" [kind="full_inclusion", id="arr.dot.gcddomains__integraldomains"];
  Genera -> "Sets.Finite" [color="#6a1b9a", kind="construction", id="arr.dot.genera__sets_finite"];
  Graphs -> CatObject [kind="forgetful", id="arr.dot.graphs__catobject"];
  GroupoidObjects -> CatObject [color="#6a1b9a", kind="construction", id="arr.dot.groupoidobjects__catobject"];
  GroupoidObjects -> Groupoids [color="#6a1b9a", kind="construction", id="arr.dot.groupoidobjects__groupoids"];
  Groupoids -> Cat_1 [kind="forgetful", id="arr.dot.groupoids__cat_1"];
  HodgeStructures -> "AdditiveAbelianGroups = AdditiveGroups.Commutative" [kind="forgetful", id="arr.dot.hodgestructures__additiveabeliangroups"];
  HomCategories -> CatObject [color="#6a1b9a", kind="construction", id="arr.dot.homcategories__catobject"];
  Homology -> "DGAs = UnitalAlgebras.Differential" [kind="forgetful", id="arr.dot.homology__dgas"];
  Homology -> "Modules(R)" [kind="forgetful", id="arr.dot.homology__modules"];
  Homsets -> HomCategories [kind="forgetful", id="arr.dot.homsets__homcategories"];
  Homsets -> Sets [kind="forgetful", id="arr.dot.homsets__sets"];
  "Hypersurfaces(K)" -> "Varieties(K) = Schemes.Integral.Separated.FiniteType" [kind="forgetful", id="arr.dot.hypersurfaces__varieties"];
  IncidenceCategories -> Cat_1 [kind="forgetful", id="arr.dot.incidencecategories__cat_1"];
  "∫Bil_R(W)" -> "∫Hom_R(−,W)" [kind="forgetful", id="arr.dot.int_bil_r__int_hom_r"];
  "∫Herm_R(W)" -> "∫Hom_R(−,W)" [kind="forgetful", id="arr.dot.int_herm_r__int_hom_r"];
  "∫Hom_R(−,W)" -> "Modules(R)" [kind="forgetful", id="arr.dot.int_hom_r__modules"];
  "∫Quad_R(W)" -> "∫Hom_R(−,W)" [kind="forgetful", id="arr.dot.int_quad_r__int_hom_r"];
  "IntegralDomains = Domains.Commutative" -> "CommRings = Rings.Commutative" [kind="full_inclusion", id="arr.dot.integraldomains__commrings"];
  "IntegralDomains = Domains.Commutative" -> "Domains = Rings.Domain" [kind="full_inclusion", id="arr.dot.integraldomains__domains"];
  IsometryGroups -> LatticeHomsets [color="#6a1b9a", kind="construction", id="arr.dot.isometrygroups__latticehomsets"];
  IsometryGroups -> OrthogonalGroups [color="#6a1b9a", kind="construction", id="arr.dot.isometrygroups__orthogonalgroups"];
  IsomorphicObjects -> "Arr(−)" [color="#6a1b9a", kind="construction", id="arr.dot.isomorphicobjects__arr"];
  "Lat_R = ∫Bil_R(R).Symmetric.Nondegenerate" -> "∫Bil_R(W)" [kind="full_inclusion", id="arr.dot.lat_r__int_bil_r"];
  "Lat_R = ∫Bil_R(R).Symmetric.Nondegenerate" -> "ProjectiveModules = Modules.Projective" [kind="full_inclusion", id="arr.dot.lat_r__projectivemodules"];
  LatticeHomsets -> Homsets [kind="forgetful", id="arr.dot.latticehomsets__homsets"];
  LatticeHomsets -> "Lat_R = ∫Bil_R(R).Symmetric.Nondegenerate" [kind="forgetful", id="arr.dot.latticehomsets__lat_r"];
  LatticePolytopes -> Polyhedra [kind="forgetful", id="arr.dot.latticepolytopes__polyhedra"];
  LocallyRingedSpaces -> RingedSpaces [kind="forgetful", id="arr.dot.locallyringedspaces__ringedspaces"];
  Manifolds -> RingedSpaces [kind="forgetful", id="arr.dot.manifolds__ringedspaces"];
  Manifolds -> TopologicalSpaces [kind="forgetful", id="arr.dot.manifolds__topologicalspaces"];
  "Manifolds.Smooth" -> "Varieties(K) = Schemes.Integral.Separated.FiniteType" [color="#6a1b9a", kind="construction", id="arr.dot.manifolds_smooth__varieties"];
  MetricSpaces -> TopologicalSpaces [kind="forgetful", id="arr.dot.metricspaces__topologicalspaces"];
  "Mod(O_X)" -> "Modules(R)" [kind="forgetful", id="arr.dot.mod__modules"];
  "Mod(O_X)" -> RingedSites [kind="forgetful", id="arr.dot.mod__ringedsites"];
  "Mod(O_X)" -> RingedSpaces [kind="forgetful", id="arr.dot.mod__ringedspaces"];
  "Modules(R)" -> "AdditiveAbelianGroups = AdditiveGroups.Commutative" [kind="forgetful", id="arr.dot.modules__additiveabeliangroups"];
-   "ModulesWithBasis = Modules.WithBasis" -> "FreeModules = Modules.Free" [kind="full_inclusion", id="arr.dot.moduleswithbasis__freemodules"];
+   "ModulesWithBasis = Bimodules(R,R).WithBasis" -> "FreeModules = Modules.Free" [kind="full_inclusion", id="arr.dot.moduleswithbasis__freemodules"];
  "ModulesWithGenerators = Modules.WithGenerators" -> "Modules(R)" [kind="full_inclusion", id="arr.dot.moduleswithgenerators__modules"];
  "NoetherianCommRings = Rings.Commutative.Noetherian" -> "CommRings = Rings.Commutative" [kind="full_inclusion", id="arr.dot.noetheriancommrings__commrings"];
  "NonUnitalDGAs = Algebras.Differential" -> "Algebras(R)" [kind="full_inclusion", id="arr.dot.nonunitaldgas__algebras"];
  "NonUnitalDGAs = Algebras.Differential" -> "Algebras(R).Graded" [kind="pullback_projection", id="arr.dot.nonunitaldgas__algebras_graded"];
  NS -> "AbelianGroups = Groups.Commutative" [color="#6a1b9a", kind="construction", id="arr.dot.ns__abeliangroups"];
  NS -> "Lat_R = ∫Bil_R(R).Symmetric.Nondegenerate" [color="#6a1b9a", kind="construction", id="arr.dot.ns__lat_r"];
  "(−)^op" -> CatObject [color="#6a1b9a", kind="construction", id="arr.dot.op__catobject"];
  OrthogonalGroups -> "Groups = Magmas.Associative.Unital.Inverse" [color="#6a1b9a", kind="construction", id="arr.dot.orthogonalgroups__groups"];
  OrthogonalGroups -> "∫Bil_R(W)" [color="#6a1b9a", kind="construction", id="arr.dot.orthogonalgroups__int_bil_r"];
  Pic -> "AbelianGroups = Groups.Commutative" [color="#6a1b9a", kind="construction", id="arr.dot.pic__abeliangroups"];
  "PIDs = Rings.Commutative.PID" -> "UFDs = Rings.Commutative.UFD" [kind="full_inclusion", id="arr.dot.pids__ufds"];
  Polyhedra -> TopologicalSpaces [kind="forgetful", id="arr.dot.polyhedra__topologicalspaces"];
  Posets -> "CatObject.Thin" [kind="pullback_projection", id="arr.dot.posets__catobject_thin"];
  Presheaves -> FunctorCategories [kind="forgetful", id="arr.dot.presheaves__functorcategories"];
  Prestacks -> FibredCategories [kind="forgetful", id="arr.dot.prestacks__fibredcategories"];
  "ProjectiveModules = Modules.Projective" -> "Modules(R)" [kind="full_inclusion", id="arr.dot.projectivemodules__modules"];
  "QCoh(X)" -> "Mod(O_X)" [kind="forgetful", id="arr.dot.qcoh__mod"];
  Quotients -> Coslices [color="#6a1b9a", kind="construction", id="arr.dot.quotients__coslices"];
  QuotientStacks -> AlgebraicStacks [kind="forgetful", id="arr.dot.quotientstacks__algebraicstacks"];
  QuotientStacks -> "G-Objects(G)" [kind="forgetful", id="arr.dot.quotientstacks__g_objects"];
  QuotientStacks -> GroupoidObjects [kind="forgetful", id="arr.dot.quotientstacks__groupoidobjects"];
  ReflectionGroups -> "Groups = Magmas.Associative.Unital.Inverse" [kind="forgetful", id="arr.dot.reflectiongroups__groups"];
  "RightModules(R)" -> "AdditiveAbelianGroups = AdditiveGroups.Commutative" [kind="forgetful", id="arr.dot.rightmodules__additiveabeliangroups"];
  RingedSites -> Sites [kind="forgetful", id="arr.dot.ringedsites__sites"];
  RingedSpaces -> TopologicalSpaces [kind="forgetful", id="arr.dot.ringedspaces__topologicalspaces"];
  RingedTopoi -> Topoi [kind="forgetful", id="arr.dot.ringedtopoi__topoi"];
  Rings -> Rngs [kind="forgetful", id="arr.dot.rings__rngs"];
  Rings -> Semirings [kind="forgetful", id="arr.dot.rings__semirings"];
  Rngs -> "AdditiveAbelianGroups = AdditiveGroups.Commutative" [kind="forgetful", id="arr.dot.rngs__additiveabeliangroups"];
  Rngs -> "Semigroups = Magmas.Associative" [kind="forgetful", id="arr.dot.rngs__semigroups"];
  RootLattices -> "Lat_R = ∫Bil_R(R).Symmetric.Nondegenerate" [kind="forgetful", id="arr.dot.rootlattices__lat_r"];
  RootSystems -> Cones [kind="forgetful", id="arr.dot.rootsystems__cones"];
  "Schemes(S)" -> AlgebraicStacks [kind="forgetful", id="arr.dot.schemes__algebraicstacks"];
  "Schemes(S)" -> LocallyRingedSpaces [kind="forgetful", id="arr.dot.schemes__locallyringedspaces"];
  Semirings -> "AdditiveMonoids = Magmas.Additive.Associative.Unital" [kind="forgetful", id="arr.dot.semirings__additivemonoids"];
  Semirings -> "Monoids = Magmas.Associative.Unital" [kind="forgetful", id="arr.dot.semirings__monoids"];
  Sheaves -> Presheaves [kind="forgetful", id="arr.dot.sheaves__presheaves"];
  Sites -> Cat_1 [kind="forgetful", id="arr.dot.sites__cat_1"];
  Slices -> Comma [color="#6a1b9a", kind="construction", id="arr.dot.slices__comma"];
  SpecializationPosets -> Posets [kind="forgetful", id="arr.dot.specializationposets__posets"];
  StableGraphs -> Graphs [kind="forgetful", id="arr.dot.stablegraphs__graphs"];
  StableGraphs -> StratifiedSpaces [kind="forgetful", id="arr.dot.stablegraphs__stratifiedspaces"];
  Stacks -> Prestacks [kind="forgetful", id="arr.dot.stacks__prestacks"];
  StratifiedSpaces -> DeligneMumfordStacks [kind="forgetful", id="arr.dot.stratifiedspaces__delignemumfordstacks"];
  StratifiedSpaces -> SpecializationPosets [color="#6a1b9a", kind="construction", id="arr.dot.stratifiedspaces__specializationposets"];
  StratifiedSpaces -> TopologicalSpaces [kind="forgetful", id="arr.dot.stratifiedspaces__topologicalspaces"];
  Subobjects -> Slices [color="#6a1b9a", kind="construction", id="arr.dot.subobjects__slices"];
  Subquotients -> Quotients [color="#6a1b9a", kind="construction", id="arr.dot.subquotients__quotients"];
  Subquotients -> Subobjects [color="#6a1b9a", kind="construction", id="arr.dot.subquotients__subobjects"];
  "Surfaces(K) = Schemes.RelativeDimension(2)" -> "Varieties(K) = Schemes.Integral.Separated.FiniteType" [kind="full_inclusion", id="arr.dot.surfaces__varieties"];
  "SymmetricAlgebras(R)" -> "CommAlgebras = UnitalAlgebras.Commutative" [kind="forgetful", id="arr.dot.symmetricalgebras__commalgebras"];
  "TensorAlgebras(R)" -> "UnitalAlgebras = Algebras.Associative.Unital" [kind="forgetful", id="arr.dot.tensoralgebras__unitalalgebras"];
  TensorFieldModules -> "C∞Algebras(R)" [color="#6a1b9a", kind="construction", id="arr.dot.tensorfieldmodules__cinftyalgebras"];
  TensorFieldModules -> "Modules(R)" [color="#6a1b9a", kind="construction", id="arr.dot.tensorfieldmodules__modules"];
  "TensorProducts = CatObject.Monoidal" -> CatObject [kind="full_inclusion", id="arr.dot.tensorproducts__catobject"];
  Topoi -> Sheaves [kind="forgetful", id="arr.dot.topoi__sheaves"];
  TopologicalSpaces -> Sets [kind="forgetful", id="arr.dot.topologicalspaces__sets"];
  "ToricVarieties(K)" -> "Varieties(K) = Schemes.Integral.Separated.FiniteType" [kind="forgetful", id="arr.dot.toricvarieties__varieties"];
  Torsors -> "G-Objects(G)" [color="#6a1b9a", kind="construction", id="arr.dot.torsors__g_objects"];
  "UFDs = Rings.Commutative.UFD" -> "GCDDomains = Rings.Commutative.GCDDomain" [kind="full_inclusion", id="arr.dot.ufds__gcddomains"];
  "UnitalAlgebras = Algebras.Associative.Unital" -> "AssociativeAlgebras = Algebras.Associative" [kind="full_inclusion", id="arr.dot.unitalalgebras__associativealgebras"];
  "Varieties(K) = Schemes.Integral.Separated.FiniteType" -> "Schemes(S)" [kind="full_inclusion", id="arr.dot.varieties__schemes"];
  VectorFieldModules -> "C∞Algebras(R)" [color="#6a1b9a", kind="construction", id="arr.dot.vectorfieldmodules__cinftyalgebras"];
  VectorFieldModules -> "Modules(R)" [color="#6a1b9a", kind="construction", id="arr.dot.vectorfieldmodules__modules"];
  "VectorSpaces(K) = Modules.OverField" -> "Modules(R)" [kind="full_inclusion", id="arr.dot.vectorspaces__modules"];
-   "VectorSpacesWithBasis = VectorSpaces.WithBasis" -> "ModulesWithBasis = Modules.WithBasis" [kind="full_inclusion", id="arr.dot.vectorspaceswithbasis__moduleswithbasis"];
+   "VectorSpacesWithBasis = VectorSpaces.WithBasis" -> "ModulesWithBasis = Bimodules(R,R).WithBasis" [kind="full_inclusion", id="arr.dot.vectorspaceswithbasis__moduleswithbasis"];
  "VectorSpacesWithBasis = VectorSpaces.WithBasis" -> "VectorSpaces(K) = Modules.OverField" [kind="full_inclusion", id="arr.dot.vectorspaceswithbasis__vectorspaces"];
  WeylGroups -> ReflectionGroups [kind="forgetful", id="arr.dot.weylgroups__reflectiongroups"];
  Magmas -> Sets [kind="forgetful", id="arr.fun.magmas_to_sets"];
  Sets -> CatObject [kind="forgetful", id="arr.fun.sets_to_cat_object"];
  Fields -> Rings [kind="full_inclusion", id="arr.incl.fields_to_rings"];
  "Groups = Magmas.Associative.Unital.Inverse" -> "Monoids = Magmas.Associative.Unital" [kind="full_inclusion", id="arr.incl.groups_to_monoids"];
  "Monoids = Magmas.Associative.Unital" -> "Semigroups = Magmas.Associative" [kind="full_inclusion", id="arr.incl.monoids_to_semigroups"];
  "Semigroups = Magmas.Associative" -> Magmas [kind="full_inclusion", id="arr.incl.semigroups_to_magmas"];
  WeylGroups -> CoxeterGroups [kind="full_inclusion", id="arr.incl.weyl_to_coxeter"];
  "Algebras(R)" -> Rings [style=dashed,color="#e65100", kind="parameter_dependency", id="arr.param.algebras_r_base_ring"];
  "Modules(R)" -> Rings [style=dashed,color="#e65100", kind="parameter_dependency", id="arr.param.modules_r_base_ring"];
  "VectorSpaces(K) = Modules.OverField" -> Fields [style=dashed,color="#e65100", kind="parameter_dependency", id="arr.param.vector_spaces_field"];
  "CommRings = Rings.Commutative" -> Rings [kind="pullback_projection", id="arr.pb.comm_rings_to_rings"];
  "FiniteFields = Fields.Finite" -> Fields [kind="pullback_projection", id="arr.pb.finite_fields_to_fields"];
  "FiniteFields = Fields.Finite" -> "Sets.Finite" [kind="pullback_projection", id="arr.pb.finite_fields_to_sets_finite"];
  "FiniteRings = Rings.Finite" -> Rings [kind="pullback_projection", id="arr.pb.finite_rings_to_rings"];
  "FiniteRings = Rings.Finite" -> "Sets.Finite" [kind="pullback_projection", id="arr.pb.finite_rings_to_sets_finite"];
  "Lat.Hyperbolic" -> "Lat.Indefinite" [style=dashed, kind="theorem_inclusion", id="arr.thm.lat_hyperbolic_implies_indefinite"];
  "Lat.NegativeDefinite" -> "Lat.Definite" [style=dashed, kind="theorem_inclusion", id="arr.thm.lat_negative_definite"];
  "Lat.PositiveDefinite" -> "Lat.Definite" [style=dashed, kind="theorem_inclusion", id="arr.thm.lat_positive_definite"];
  "Sets.Finite" -> "Sets.Countable" [style=dashed, kind="theorem_inclusion", id="arr.thm.sets_finite_implies_countable"];
  "Sets.Uncountable" -> "Sets.Infinite" [style=dashed, kind="theorem_inclusion", id="arr.thm.sets_uncountable_implies_infinite"];
  "AdditiveGroups = Magmas.Additive.Associative.Unital.Inverse" -> "Magmas.Additive" [kind="forgetful", id="fun.additive_groups_to_additive_magmas"];
  "Algebras(R)" -> "Modules(R)" [kind="forgetful", id="fun.algebras_to_modules"];
  "Algebras(R)" -> Sets [kind="forgetful", id="fun.algebras_to_sets"];
  "Bialgebras(R)" -> "Algebras(R)" [kind="forgetful", id="fun.bialgebras_to_algebras"];
  "Coalgebras(R)" -> "Modules(R)" [kind="forgetful", id="fun.coalgebras_to_modules"];
  "Domains = Rings.Domain" -> Rings [kind="full_inclusion", id="fun.domains_to_rings"];
  Fields -> Sets [kind="forgetful", id="fun.fields_to_sets"];
  "Groups = Magmas.Associative.Unital.Inverse" -> Magmas [kind="forgetful", id="fun.groups_to_magmas"];
  "HopfAlgebras(R)" -> "Bialgebras(R)" [kind="forgetful", id="fun.hopf_to_bialgebras"];
  "IntegralDomains = Domains.Commutative" -> Fields [kind="forgetful", id="fun.integral_domains_to_fields"];
  "LieAlgebras(R)" -> "Algebras(R)" [kind="forgetful", id="fun.lie_to_algebras"];
  Manifolds -> Sets [kind="forgetful", id="fun.manifolds_to_sets"];
  MetricSpaces -> Sets [kind="forgetful", id="fun.metricspaces_to_sets"];
  "Modules(R)" -> Sets [kind="forgetful", id="fun.modules_to_sets"];
  Posets -> Sets [kind="forgetful", id="fun.posets_to_sets"];
  Rings -> Magmas [kind="forgetful", id="fun.rings_to_multiplicative_magmas"];
  Rings -> Sets [kind="forgetful", id="fun.rings_to_sets"];
  "UnitalAlgebras = Algebras.Associative.Unital" -> Magmas [kind="forgetful", id="fun.unital_algebras_to_magmas"];
  "Magmas.Additive" -> Magmas [kind="full_inclusion", id="arr.incl.additive_magmas_to_magmas"];
  "AdditiveGroups = Magmas.Additive.Associative.Unital.Inverse" -> Magmas [kind="forgetful", id="fun.additive_groups_to_magmas"];
  "Bimodules(R,R)" -> "Bimodules(R,S)" [kind="full_inclusion", id="arr.dot.bimodulesdiagonal__bimodules"];
+   "Algebras(R)" -> "Bimodules(R,R)" [kind="forgetful", id="fun.algebras_to_bimodules"];
+   "Bimodules(K,K) = Bimodules(R,R).OverField" -> "Bimodules(R,R)" [kind="full_inclusion", id="arr.dot.bimodulesfield__bimodulesdiagonal"];
+   "VectorSpaces(K) = Modules.OverField" -> "Bimodules(K,K) = Bimodules(R,R).OverField" [kind="full_inclusion", id="fun.vectorspaces_central_section"];
+   "AlgebrasOverField = Algebras.OverField" -> "Bimodules(K,K) = Bimodules(R,R).OverField" [kind="forgetful", id="fun.algebras_over_field_to_bimodules"];
}
